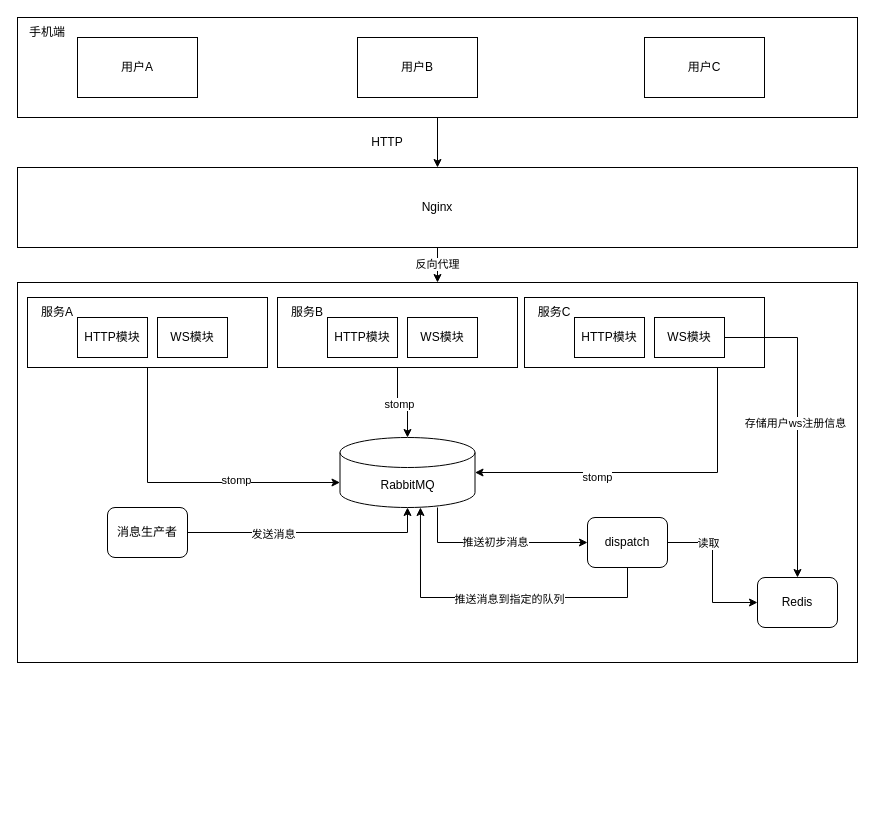
The draw.io diagram Untitled Diagram.drawio in remember-5/draw-file, before the edit. Source tidied: cells renumbered, new cells numbered last; positions are measured from the earlier drawing's top-left corner, leaving out a move shared by most shapes. Both pictures are drawn from the tidied source at 100%, with x=0, y=0 at pixel (17, 17).
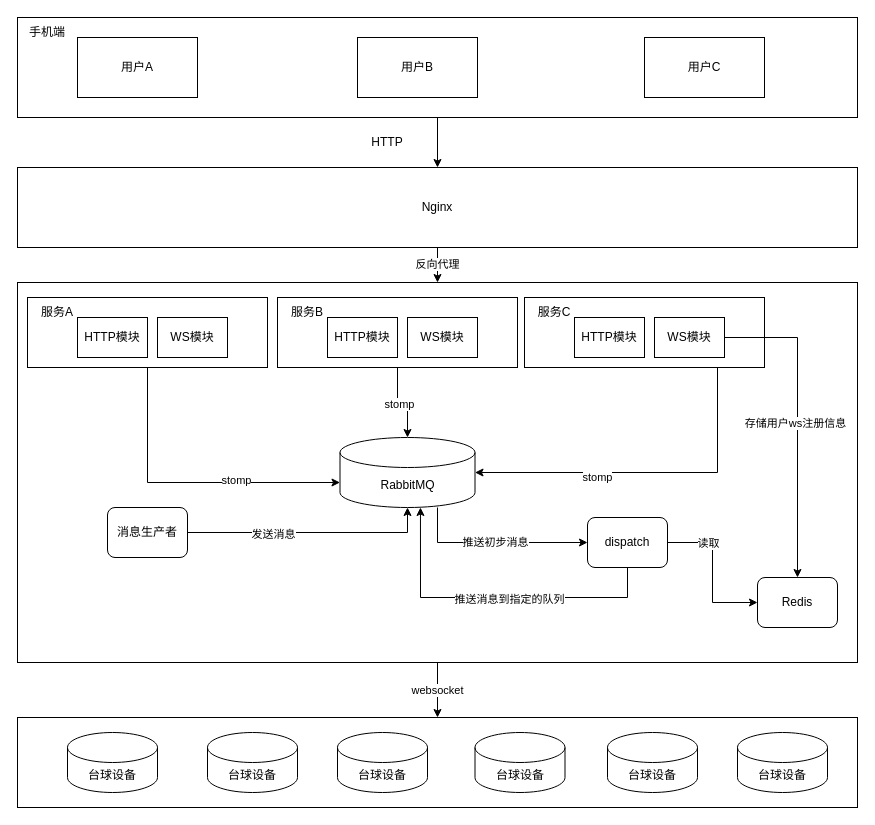
Above is the later version.

The change refers to these unchanged cells:
```xml
<mxCell id="2" style="rounded=0;whiteSpace=wrap;html=1;" parent="1" vertex="1">
  <mxGeometry y="265" width="840" height="380" as="geometry" />
</mxCell>
```

The edit, as a diff of the source:
```diff
@@
+    <mxCell id="47" value="websocket" style="edgeStyle=orthogonalEdgeStyle;rounded=0;jettySize=auto;html=1;" parent="1" edge="1" source="2" target="48">
+      <mxGeometry relative="1" as="geometry" />
+    </mxCell>
@@
+    <mxCell id="48" style="rounded=0;whiteSpace=wrap;html=1;" parent="1" vertex="1">
+      <mxGeometry y="700" width="840" height="90" as="geometry" />
+    </mxCell>
+    <mxCell id="49" value="台球设备" style="shape=cylinder3;whiteSpace=wrap;html=1;boundedLbl=1;backgroundOutline=1;size=15;" parent="1" vertex="1">
+      <mxGeometry x="50" y="715" width="90" height="60" as="geometry" />
+    </mxCell>
+    <mxCell id="50" value="台球设备" style="shape=cylinder3;whiteSpace=wrap;html=1;boundedLbl=1;backgroundOutline=1;size=15;" parent="1" vertex="1">
+      <mxGeometry x="190" y="715" width="90" height="60" as="geometry" />
+    </mxCell>
+    <mxCell id="51" value="台球设备" style="shape=cylinder3;whiteSpace=wrap;html=1;boundedLbl=1;backgroundOutline=1;size=15;" parent="1" vertex="1">
+      <mxGeometry x="320" y="715" width="90" height="60" as="geometry" />
+    </mxCell>
+    <mxCell id="52" value="台球设备" style="shape=cylinder3;whiteSpace=wrap;html=1;boundedLbl=1;backgroundOutline=1;size=15;" parent="1" vertex="1">
+      <mxGeometry x="457.5" y="715" width="90" height="60" as="geometry" />
+    </mxCell>
+    <mxCell id="53" value="台球设备" style="shape=cylinder3;whiteSpace=wrap;html=1;boundedLbl=1;backgroundOutline=1;size=15;" parent="1" vertex="1">
+      <mxGeometry x="590" y="715" width="90" height="60" as="geometry" />
+    </mxCell>
+    <mxCell id="54" value="台球设备" style="shape=cylinder3;whiteSpace=wrap;html=1;boundedLbl=1;backgroundOutline=1;size=15;" parent="1" vertex="1">
+      <mxGeometry x="720" y="715" width="90" height="60" as="geometry" />
+    </mxCell>
```
